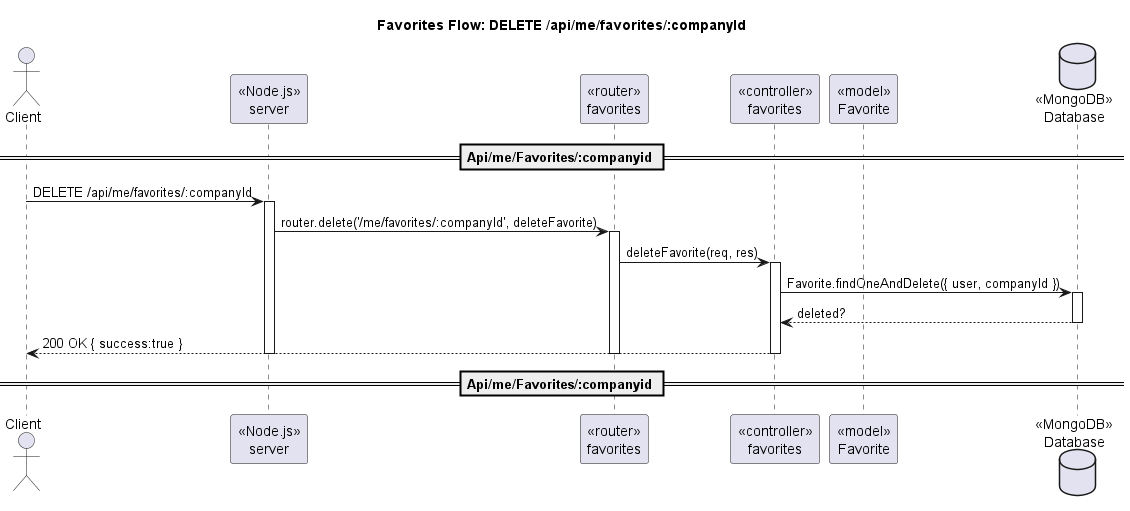
The PlantUML diagram out/docs/diagram/sequence/seq_me_favorites_companyId_delete.png in 098ff/ArtmaybeDEV, before a commit.
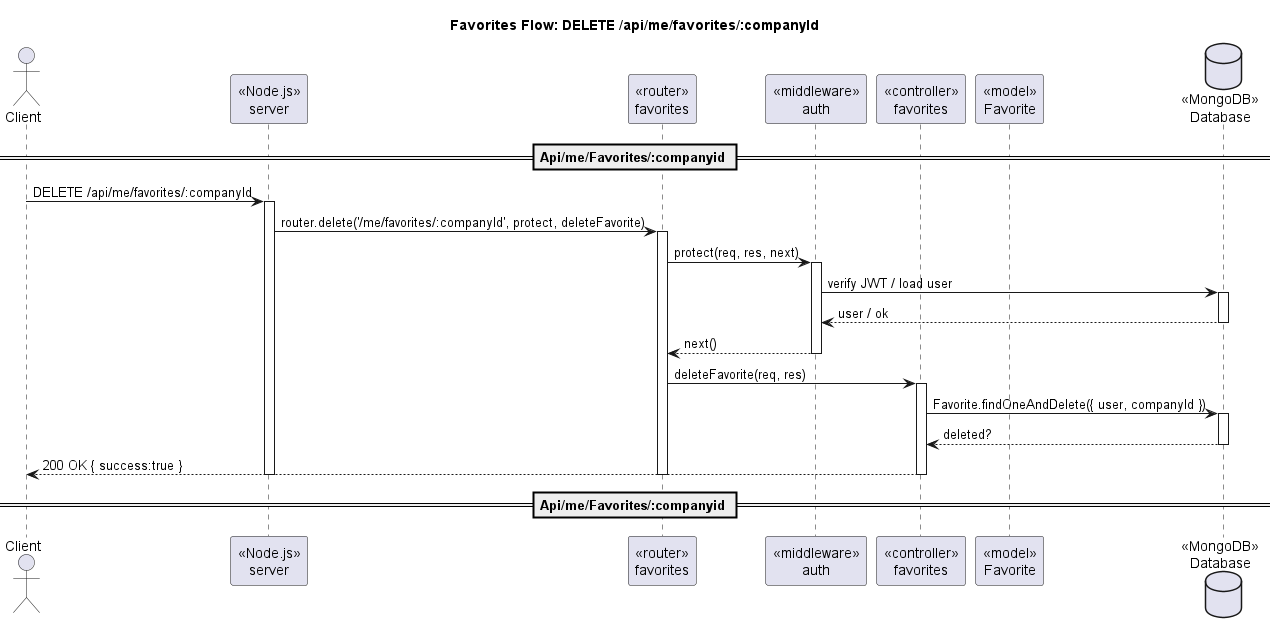
The same file after the commit.

What changed in the source:
```diff
@@ -3,6 +3,7 @@
 actor Client
 participant "«Node.js»\nserver" as Server
 participant "«router»\nfavorites" as Router
+participant "«middleware»\nauth" as AuthMW
 participant "«controller»\nfavorites" as Ctrl
 participant "«model»\nFavorite" as FavoriteModel
 database "«MongoDB»\nDatabase" as DB
@@ -10,8 +11,16 @@
 == Api/me/Favorites/:companyid ==
 Client -> Server : DELETE /api/me/favorites/:companyId
 activate Server
-Server -> Router : router.delete('/me/favorites/:companyId', deleteFavorite)
+Server -> Router : router.delete('/me/favorites/:companyId', protect, deleteFavorite)
 activate Router
+Router -> AuthMW : protect(req, res, next)
+activate AuthMW
+AuthMW -> DB : verify JWT / load user
+activate DB
+DB --> AuthMW : user / ok
+deactivate DB
+AuthMW --> Router : next()
+deactivate AuthMW
 Router -> Ctrl : deleteFavorite(req, res)
 activate Ctrl
 Ctrl -> DB : Favorite.findOneAndDelete({ user, companyId })
```
